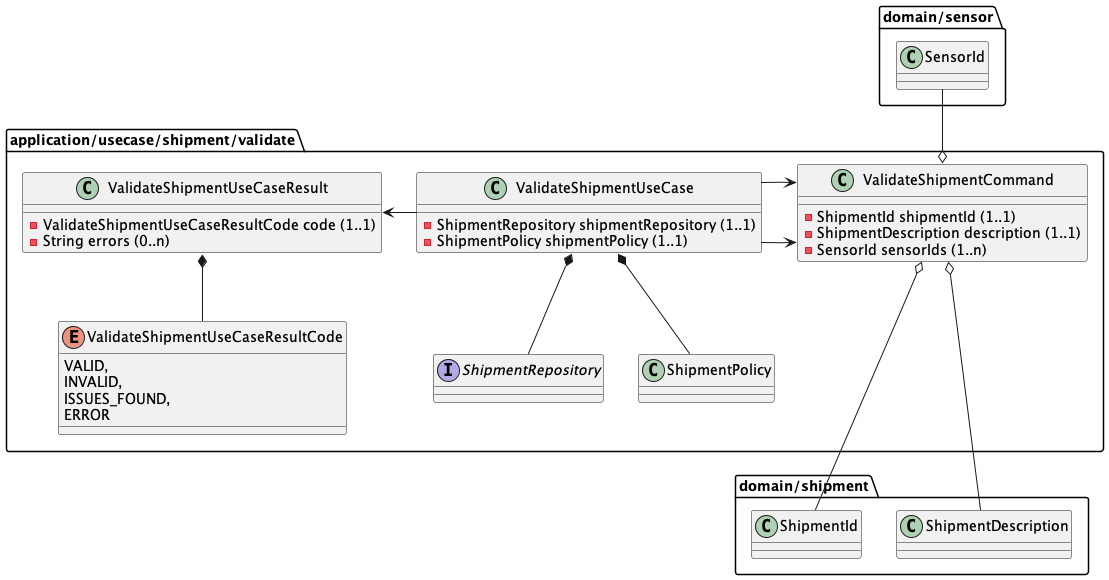
Above: docs/images/ClassDiagramValidateShipment.png in AboutCodingBE/validation-excercise (PlantUML), before the change.
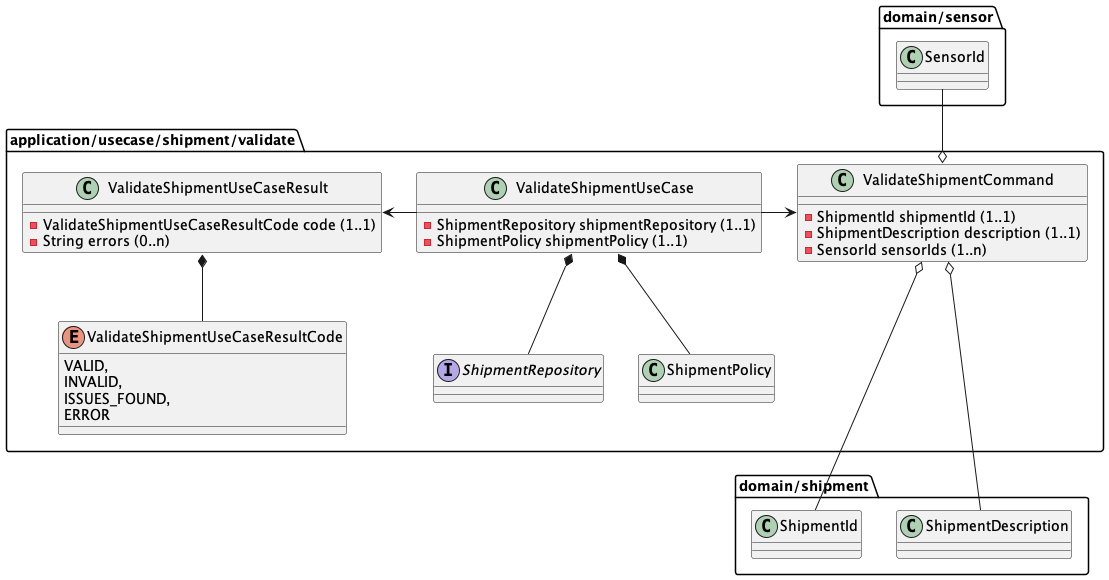
After the commit.

Commit message:
added activity diagram validate shipment

Change to the diagram source:
```diff
@@ -30,7 +30,6 @@
   ValidateShipmentUseCase *-down- ShipmentRepository
   ValidateShipmentUseCase *-down- ShipmentPolicy
   ValidateShipmentUseCase -right-> ValidateShipmentCommand
-  ValidateShipmentUseCase -right-> ValidateShipmentCommand
   ValidateShipmentUseCase -left-> ValidateShipmentUseCaseResult
 
   ValidateShipmentUseCaseResult *-down- ValidateShipmentUseCaseResultCode
```
